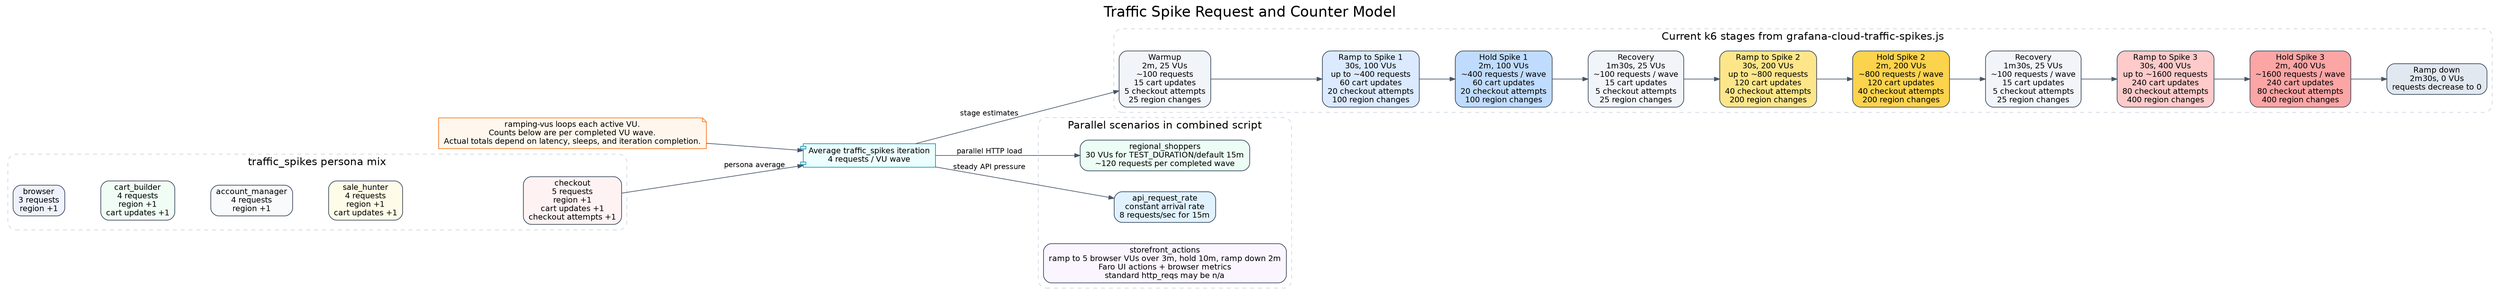
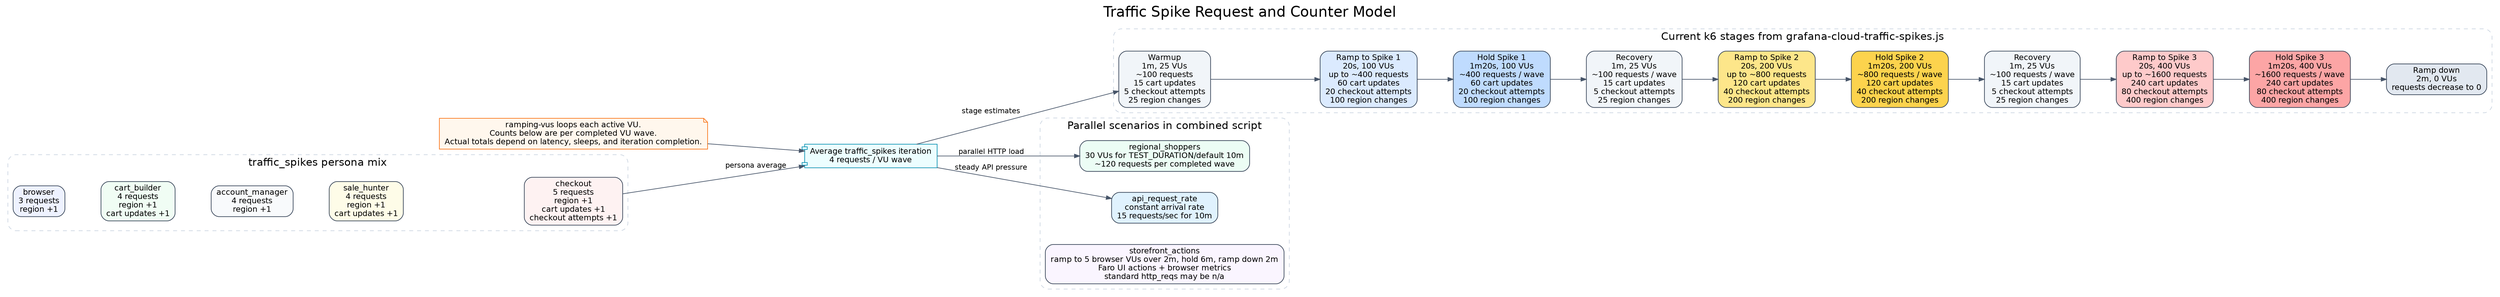
digraph traffic_spike_request_model {
  graph [
    rankdir=LR,
    labelloc=t,
    label="Traffic Spike Request and Counter Model",
    fontsize=22,
    fontname="Helvetica",
    nodesep=0.45,
    ranksep=0.75
  ];

  node [shape=box, style="rounded,filled", fontname="Helvetica", fontsize=12, color="#334155", fillcolor="#f8fafc"];
  edge [color="#475569", arrowsize=0.8, fontname="Helvetica", fontsize=11];

  note [shape=note, fillcolor="#fff7ed", color="#f97316", label="ramping-vus loops each active VU.\nCounts below are per completed VU wave.\nActual totals depend on latency, sleeps, and iteration completion."];
  avg [shape=component, fillcolor="#ecfeff", color="#0891b2", label="Average traffic_spikes iteration\n4 requests / VU wave"];

  subgraph cluster_personas {
    label="traffic_spikes persona mix"; color="#cbd5e1"; style="rounded,dashed"; fontsize=16; fontname="Helvetica";
    browser [label="browser\n3 requests\nregion +1", fillcolor="#eef2ff"];
    cart_builder [label="cart_builder\n4 requests\nregion +1\ncart updates +1", fillcolor="#f0fdf4"];
    account_manager [label="account_manager\n4 requests\nregion +1", fillcolor="#f8fafc"];
    sale_hunter [label="sale_hunter\n4 requests\nregion +1\ncart updates +1", fillcolor="#fefce8"];
    checkout [label="checkout\n5 requests\nregion +1\ncart updates +1\ncheckout attempts +1", fillcolor="#fef2f2"];
    browser -> cart_builder -> account_manager -> sale_hunter -> checkout [style=invis];
  }

  subgraph cluster_stages {
    label="Current k6 stages from grafana-cloud-traffic-spikes.js"; color="#cbd5e1"; style="rounded,dashed"; fontsize=16; fontname="Helvetica";
-     warmup [label="Warmup\n2m, 25 VUs\n~100 requests\n15 cart updates\n5 checkout attempts\n25 region changes", fillcolor="#f1f5f9"];
-     ramp1 [label="Ramp to Spike 1\n30s, 100 VUs\nup to ~400 requests\n60 cart updates\n20 checkout attempts\n100 region changes", fillcolor="#dbeafe"];
-     hold1 [label="Hold Spike 1\n2m, 100 VUs\n~400 requests / wave\n60 cart updates\n20 checkout attempts\n100 region changes", fillcolor="#bfdbfe"];
-     recovery1 [label="Recovery\n1m30s, 25 VUs\n~100 requests / wave\n15 cart updates\n5 checkout attempts\n25 region changes", fillcolor="#f1f5f9"];
-     ramp2 [label="Ramp to Spike 2\n30s, 200 VUs\nup to ~800 requests\n120 cart updates\n40 checkout attempts\n200 region changes", fillcolor="#fde68a"];
-     hold2 [label="Hold Spike 2\n2m, 200 VUs\n~800 requests / wave\n120 cart updates\n40 checkout attempts\n200 region changes", fillcolor="#fcd34d"];
-     recovery2 [label="Recovery\n1m30s, 25 VUs\n~100 requests / wave\n15 cart updates\n5 checkout attempts\n25 region changes", fillcolor="#f1f5f9"];
-     ramp3 [label="Ramp to Spike 3\n30s, 400 VUs\nup to ~1600 requests\n240 cart updates\n80 checkout attempts\n400 region changes", fillcolor="#fecaca"];
-     hold3 [label="Hold Spike 3\n2m, 400 VUs\n~1600 requests / wave\n240 cart updates\n80 checkout attempts\n400 region changes", fillcolor="#fca5a5"];
-     rampdown [label="Ramp down\n2m30s, 0 VUs\nrequests decrease to 0", fillcolor="#e2e8f0"];
+     warmup [label="Warmup\n1m, 25 VUs\n~100 requests\n15 cart updates\n5 checkout attempts\n25 region changes", fillcolor="#f1f5f9"];
+     ramp1 [label="Ramp to Spike 1\n20s, 100 VUs\nup to ~400 requests\n60 cart updates\n20 checkout attempts\n100 region changes", fillcolor="#dbeafe"];
+     hold1 [label="Hold Spike 1\n1m20s, 100 VUs\n~400 requests / wave\n60 cart updates\n20 checkout attempts\n100 region changes", fillcolor="#bfdbfe"];
+     recovery1 [label="Recovery\n1m, 25 VUs\n~100 requests / wave\n15 cart updates\n5 checkout attempts\n25 region changes", fillcolor="#f1f5f9"];
+     ramp2 [label="Ramp to Spike 2\n20s, 200 VUs\nup to ~800 requests\n120 cart updates\n40 checkout attempts\n200 region changes", fillcolor="#fde68a"];
+     hold2 [label="Hold Spike 2\n1m20s, 200 VUs\n~800 requests / wave\n120 cart updates\n40 checkout attempts\n200 region changes", fillcolor="#fcd34d"];
+     recovery2 [label="Recovery\n1m, 25 VUs\n~100 requests / wave\n15 cart updates\n5 checkout attempts\n25 region changes", fillcolor="#f1f5f9"];
+     ramp3 [label="Ramp to Spike 3\n20s, 400 VUs\nup to ~1600 requests\n240 cart updates\n80 checkout attempts\n400 region changes", fillcolor="#fecaca"];
+     hold3 [label="Hold Spike 3\n1m20s, 400 VUs\n~1600 requests / wave\n240 cart updates\n80 checkout attempts\n400 region changes", fillcolor="#fca5a5"];
+     rampdown [label="Ramp down\n2m, 0 VUs\nrequests decrease to 0", fillcolor="#e2e8f0"];
    warmup -> ramp1 -> hold1 -> recovery1 -> ramp2 -> hold2 -> recovery2 -> ramp3 -> hold3 -> rampdown;
  }

  subgraph cluster_parallel {
    label="Parallel scenarios in combined script"; color="#cbd5e1"; style="rounded,dashed"; fontsize=16; fontname="Helvetica";
-     regional [label="regional_shoppers\n30 VUs for TEST_DURATION/default 15m\n~120 requests per completed wave", fillcolor="#ecfdf5"];
-     api_rate [label="api_request_rate\nconstant arrival rate\n8 requests/sec for 15m", fillcolor="#e0f2fe"];
-     storefront [label="storefront_actions\nramp to 5 browser VUs over 3m, hold 10m, ramp down 2m\nFaro UI actions + browser metrics\nstandard http_reqs may be n/a", fillcolor="#faf5ff"];
+     regional [label="regional_shoppers\n30 VUs for TEST_DURATION/default 10m\n~120 requests per completed wave", fillcolor="#ecfdf5"];
+     api_rate [label="api_request_rate\nconstant arrival rate\n15 requests/sec for 10m", fillcolor="#e0f2fe"];
+     storefront [label="storefront_actions\nramp to 5 browser VUs over 2m, hold 6m, ramp down 2m\nFaro UI actions + browser metrics\nstandard http_reqs may be n/a", fillcolor="#faf5ff"];
  }

  note -> avg;
  avg -> warmup [label="stage estimates"];
  avg -> regional [label="parallel HTTP load"];
  avg -> api_rate [label="steady API pressure"];
  checkout -> avg [label="persona average"];
}
